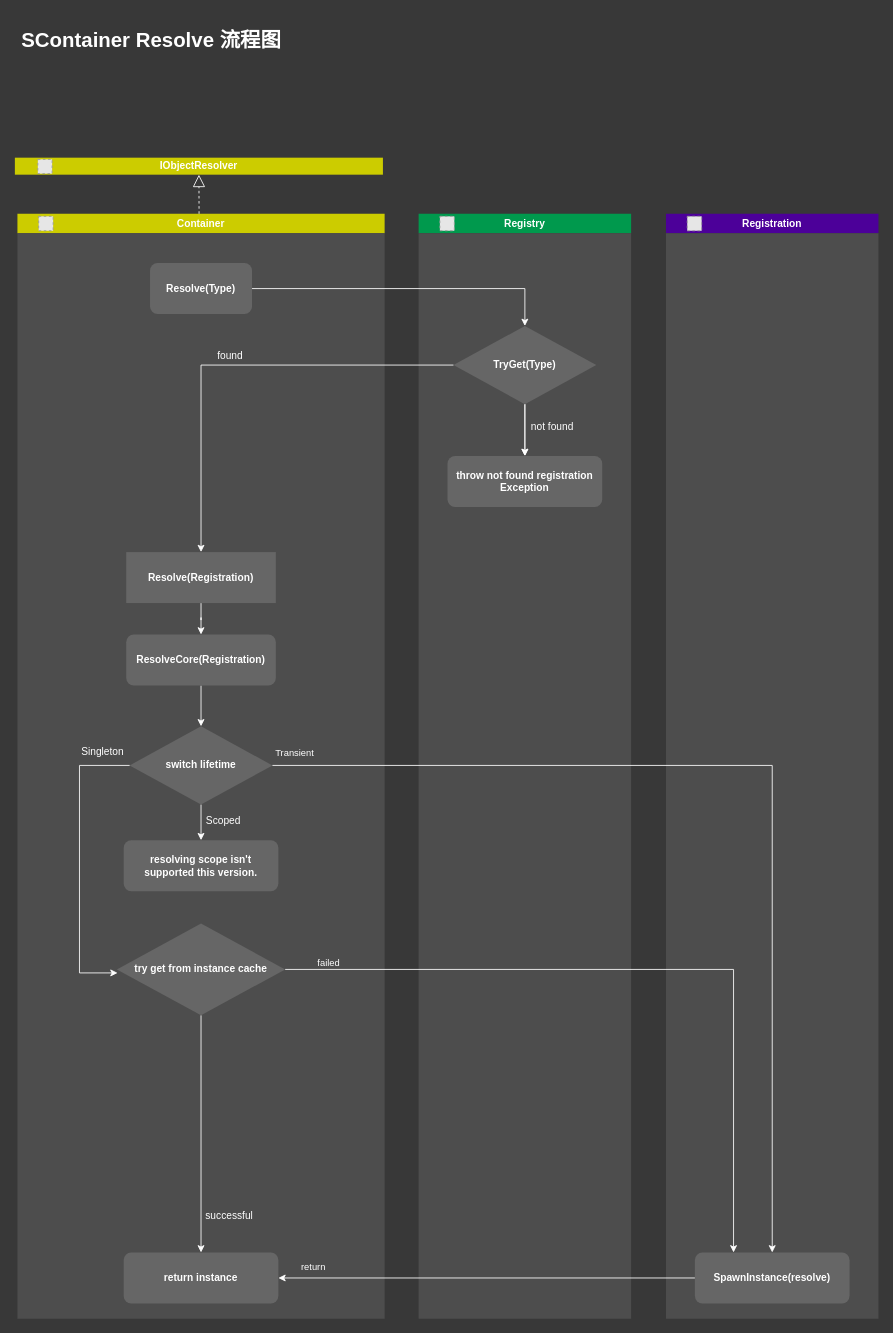
Earlier version of the draw.io diagram page "Resolve swimlane diagram" (7 of 9) of Resources/drawio/SContainer_01.drawio (Summid/SContainer). Source tidied: cells renumbered, new cells numbered last; positions are measured from the earlier drawing's top-left corner, leaving out a move shared by most shapes. Both pictures are drawn from the tidied source at 85%, with x=0, y=0 at pixel (14, 23). Pictures stored in the file or linked from it are replaced by grey dashed boxes.
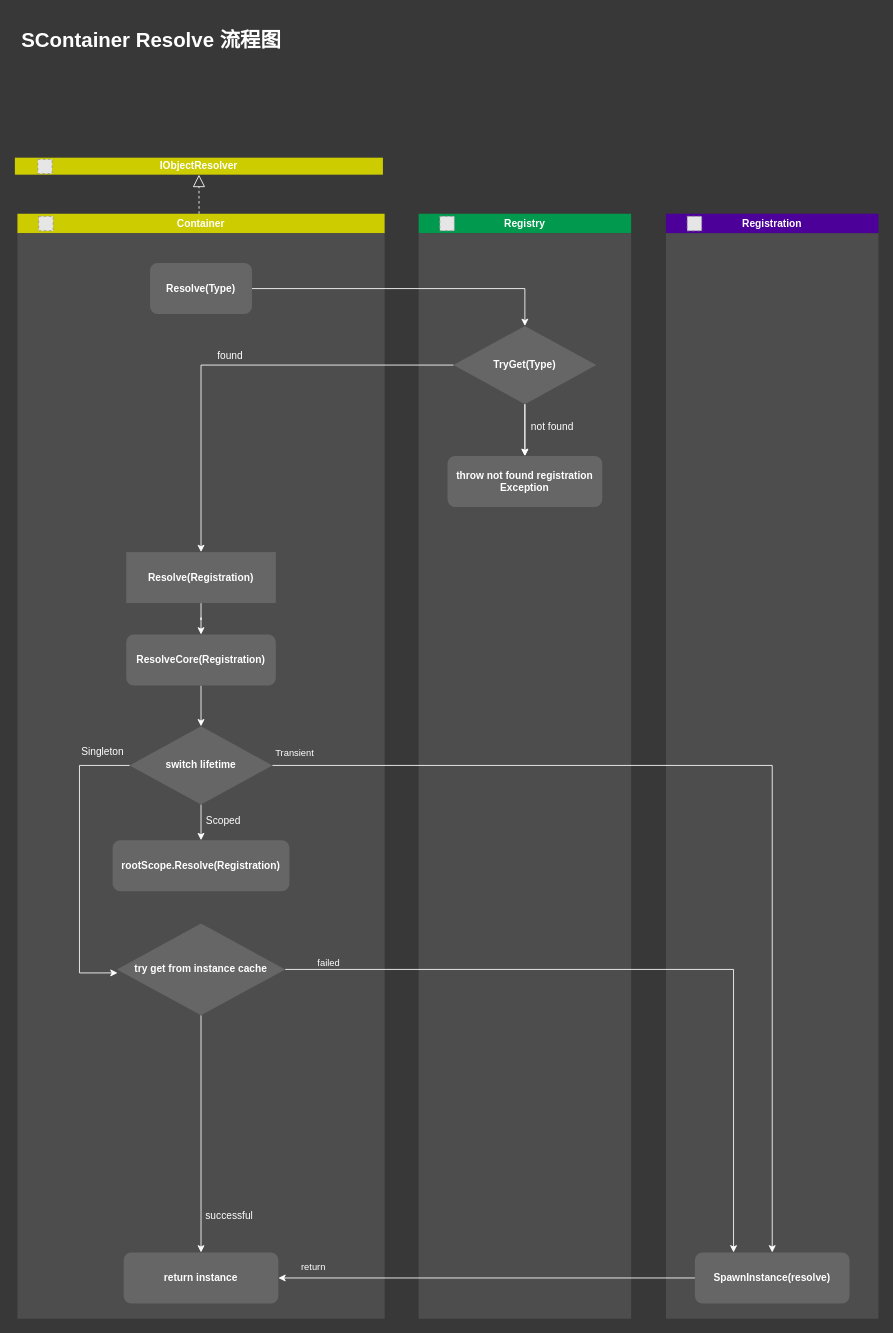
After the change.

Unchanged cells that the change refers to:
```xml
<mxCell id="3" value="&lt;font color=&quot;#ffffff&quot;&gt;Container&lt;/font&gt;" style="swimlane;whiteSpace=wrap;html=1;fillColor=#CCCC00;swimlaneFillColor=#4D4D4D;strokeColor=none;comic=0;jiggle=1;" parent="1" vertex="1">
  <mxGeometry x="3" y="224" width="432" height="1300" as="geometry" />
</mxCell>
```

What changed in the source:
```diff
@@
-    <mxCell id="13" value="resolving scope isn't supported this version." style="rounded=1;whiteSpace=wrap;html=1;fillColor=#666666;strokeColor=none;fontStyle=1;fontColor=#FFFFFF;" parent="3" vertex="1">
-      <mxGeometry x="125" y="737" width="182" height="60" as="geometry" />
+    <mxCell id="13" value="rootScope.Resolve(Registration)" style="rounded=1;whiteSpace=wrap;html=1;fillColor=#666666;strokeColor=none;fontStyle=1;fontColor=#FFFFFF;" parent="3" vertex="1">
+      <mxGeometry x="112" y="737" width="208" height="60" as="geometry" />
     </mxCell>
```
